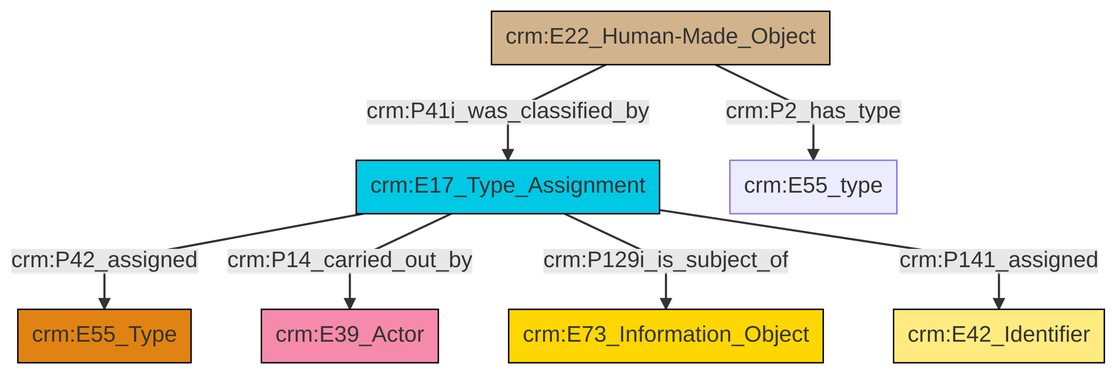
This is et/builtWorkCSV/ttl/mmd/png/Built_Work_designation_status.png from swiss-art-research-net/reference-data-models, a Mermaid export, as it was before one commit. Its source is kept beside it as et/builtWorkCSV/ttl/mmd/Built_Work_designation_status.ttl.mmd.
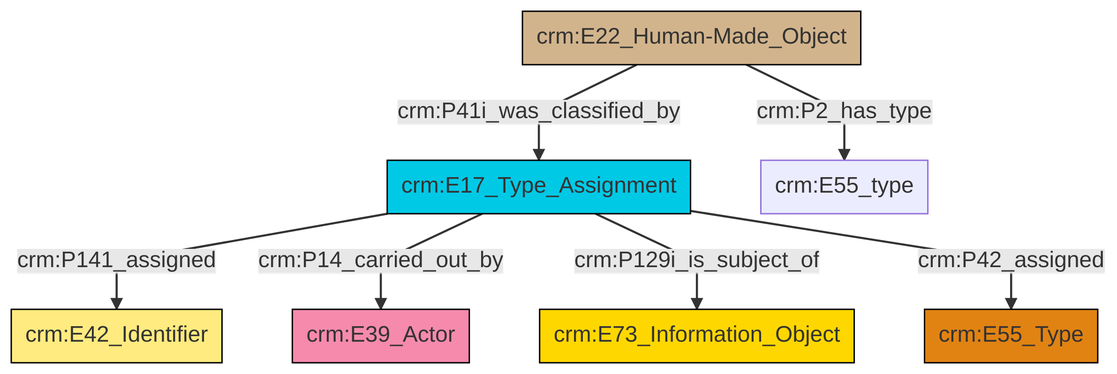
After the change.

Diff of the diagram source:
```diff
@@ -13,9 +13,9 @@
 classDef PC_Classes fill:#4ce600, stroke:#000000;
 classDef Multi fill:#cccccc,stroke:#000000;
 
-0["crm:E17_Type_Assignment"]:::Temporal_Entity -->|crm:P42_assigned| 1["crm:E55_Type"]:::Type
-0["crm:E17_Type_Assignment"]:::Temporal_Entity -->|crm:P14_carried_out_by| 2["crm:E39_Actor"]:::Actor
-3["crm:E22_Human-Made_Object"]:::Physical_Thing -->|crm:P41i_was_classified_by| 0["crm:E17_Type_Assignment"]:::Temporal_Entity
-3["crm:E22_Human-Made_Object"]:::Physical_Thing -->|crm:P2_has_type| 4["crm:E55_type"]:::Default
-0["crm:E17_Type_Assignment"]:::Temporal_Entity -->|crm:P129i_is_subject_of| 7["crm:E73_Information_Object"]:::Conceptual_Object
-0["crm:E17_Type_Assignment"]:::Temporal_Entity -->|crm:P141_assigned| 8["crm:E42_Identifier"]:::Appellation
+0["crm:E17_Type_Assignment"]:::Temporal_Entity -->|crm:P141_assigned| 2["crm:E42_Identifier"]:::Appellation
+0["crm:E17_Type_Assignment"]:::Temporal_Entity -->|crm:P14_carried_out_by| 3["crm:E39_Actor"]:::Actor
+4["crm:E22_Human-Made_Object"]:::Physical_Thing -->|crm:P41i_was_classified_by| 0["crm:E17_Type_Assignment"]:::Temporal_Entity
+0["crm:E17_Type_Assignment"]:::Temporal_Entity -->|crm:P129i_is_subject_of| 8["crm:E73_Information_Object"]:::Conceptual_Object
+0["crm:E17_Type_Assignment"]:::Temporal_Entity -->|crm:P42_assigned| 5["crm:E55_Type"]:::Type
+4["crm:E22_Human-Made_Object"]:::Physical_Thing -->|crm:P2_has_type| 11["crm:E55_type"]:::Default
```
